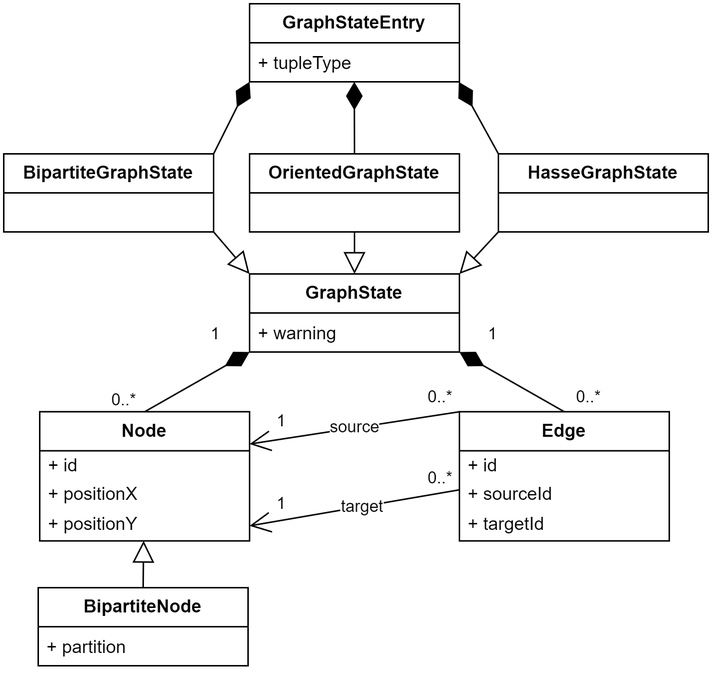
The draw.io diagram source/images/graph-diagram.png in marcsek/bachelor_thesis, before a commit. Source tidied: cells renumbered, new cells last; positions are measured from the earlier drawing's top-left corner, leaving out a move shared by most shapes.
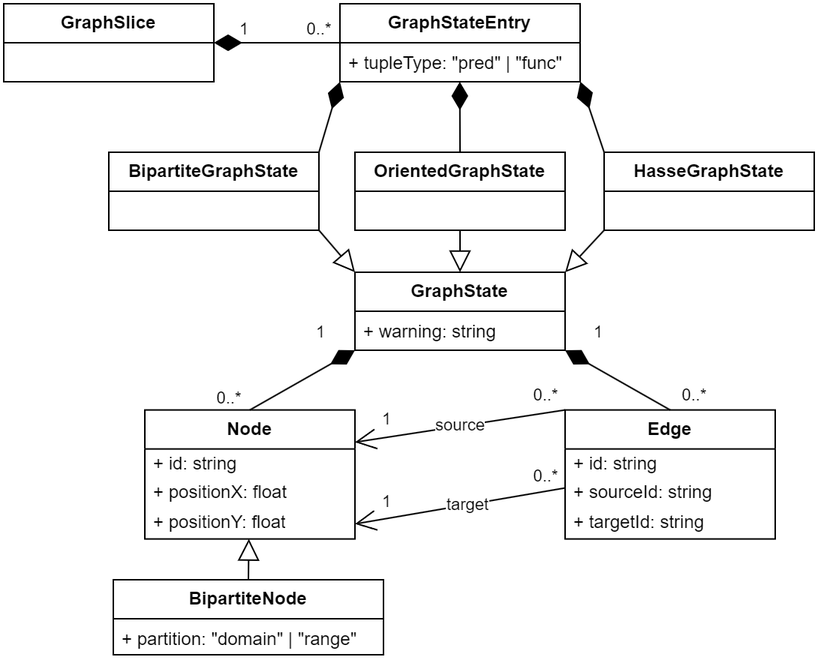
After the commit.

Change to the diagram source:
```diff
@@ -3,46 +3,46 @@
     <mxCell id="0" />
     <mxCell id="1" parent="0" />
     <mxCell id="2" value="&lt;b&gt;GraphStateEntry&lt;/b&gt;" style="swimlane;fontStyle=0;horizontal=1;startSize=26;fillColor=none;whiteSpace=wrap;html=1;" parent="1" vertex="1">
-      <mxGeometry x="164" width="140" height="52" as="geometry" />
+      <mxGeometry x="154" y="1" width="160" height="52" as="geometry" />
     </mxCell>
-    <mxCell id="3" value="+ tupleType" style="text;strokeColor=none;fillColor=none;align=left;verticalAlign=top;spacingLeft=4;spacingRight=4;overflow=hidden;points=[[0,0.5],[1,0.5]];portConstraint=eastwest;whiteSpace=wrap;html=1;" parent="2" vertex="1">
-      <mxGeometry y="26" width="140" height="26" as="geometry" />
+    <mxCell id="3" value="+ tupleType: &quot;pred&quot; | &quot;func&quot;" style="text;strokeColor=none;fillColor=none;align=left;verticalAlign=top;spacingLeft=4;spacingRight=4;overflow=hidden;points=[[0,0.5],[1,0.5]];portConstraint=eastwest;whiteSpace=wrap;html=1;" parent="2" vertex="1">
+      <mxGeometry y="26" width="160" height="26" as="geometry" />
     </mxCell>
     <mxCell id="4" value="&lt;b&gt;GraphState&lt;/b&gt;" style="swimlane;fontStyle=0;horizontal=1;startSize=26;fillColor=none;whiteSpace=wrap;html=1;" parent="1" vertex="1">
       <mxGeometry x="164" y="180" width="140" height="52" as="geometry" />
     </mxCell>
-    <mxCell id="5" value="+ warning" style="text;strokeColor=none;fillColor=none;align=left;verticalAlign=top;spacingLeft=4;spacingRight=4;overflow=hidden;whiteSpace=wrap;html=1;" parent="4" vertex="1">
+    <mxCell id="5" value="+ warning: string" style="text;strokeColor=none;fillColor=none;align=left;verticalAlign=top;spacingLeft=4;spacingRight=4;overflow=hidden;whiteSpace=wrap;html=1;" parent="4" vertex="1">
       <mxGeometry y="26" width="140" height="26" as="geometry" />
     </mxCell>
     <mxCell id="6" value="&lt;b&gt;Node&lt;/b&gt;" style="swimlane;fontStyle=0;horizontal=1;startSize=26;fillColor=none;whiteSpace=wrap;html=1;" parent="1" vertex="1">
       <mxGeometry x="24" y="271.8" width="140" height="86" as="geometry" />
     </mxCell>
-    <mxCell id="7" value="+ id" style="text;strokeColor=none;fillColor=none;align=left;verticalAlign=top;spacingLeft=4;spacingRight=4;overflow=hidden;whiteSpace=wrap;html=1;spacingTop=-4;" parent="6" vertex="1">
+    <mxCell id="7" value="+ id: string" style="text;strokeColor=none;fillColor=none;align=left;verticalAlign=top;spacingLeft=4;spacingRight=4;overflow=hidden;whiteSpace=wrap;html=1;spacingTop=-4;" parent="6" vertex="1">
       <mxGeometry y="26" width="140" height="20" as="geometry" />
     </mxCell>
-    <mxCell id="8" value="+ positionX" style="text;strokeColor=none;fillColor=none;align=left;verticalAlign=top;spacingLeft=4;spacingRight=4;overflow=hidden;whiteSpace=wrap;html=1;spacingTop=-5;" parent="6" vertex="1">
+    <mxCell id="8" value="+ positionX: float" style="text;strokeColor=none;fillColor=none;align=left;verticalAlign=top;spacingLeft=4;spacingRight=4;overflow=hidden;whiteSpace=wrap;html=1;spacingTop=-5;" parent="6" vertex="1">
       <mxGeometry y="46" width="140" height="20" as="geometry" />
     </mxCell>
-    <mxCell id="9" value="+ positionY" style="text;strokeColor=none;fillColor=none;align=left;verticalAlign=top;spacingLeft=4;spacingRight=4;overflow=hidden;points=[[0,0.5],[1,0.5]];portConstraint=eastwest;whiteSpace=wrap;html=1;spacingTop=-5;" parent="6" vertex="1">
+    <mxCell id="9" value="+ positionY: float" style="text;strokeColor=none;fillColor=none;align=left;verticalAlign=top;spacingLeft=4;spacingRight=4;overflow=hidden;points=[[0,0.5],[1,0.5]];portConstraint=eastwest;whiteSpace=wrap;html=1;spacingTop=-5;" parent="6" vertex="1">
       <mxGeometry y="66" width="140" height="20" as="geometry" />
     </mxCell>
     <mxCell id="10" value="&lt;b&gt;Edge&lt;/b&gt;" style="swimlane;fontStyle=0;horizontal=1;startSize=26;fillColor=none;whiteSpace=wrap;html=1;" parent="1" vertex="1">
       <mxGeometry x="304" y="271.8" width="140" height="86" as="geometry" />
     </mxCell>
-    <mxCell id="11" value="+ id" style="text;strokeColor=none;fillColor=none;align=left;verticalAlign=top;spacingLeft=4;spacingRight=4;overflow=hidden;whiteSpace=wrap;html=1;spacingTop=-4;" parent="10" vertex="1">
+    <mxCell id="11" value="+ id: string" style="text;strokeColor=none;fillColor=none;align=left;verticalAlign=top;spacingLeft=4;spacingRight=4;overflow=hidden;whiteSpace=wrap;html=1;spacingTop=-4;" parent="10" vertex="1">
       <mxGeometry y="26" width="140" height="20" as="geometry" />
     </mxCell>
-    <mxCell id="12" value="+ sourceId" style="text;strokeColor=none;fillColor=none;align=left;verticalAlign=top;spacingLeft=4;spacingRight=4;overflow=hidden;whiteSpace=wrap;html=1;spacing=2;spacingTop=-5;" parent="10" vertex="1">
+    <mxCell id="12" value="+ sourceId: string" style="text;strokeColor=none;fillColor=none;align=left;verticalAlign=top;spacingLeft=4;spacingRight=4;overflow=hidden;whiteSpace=wrap;html=1;spacing=2;spacingTop=-5;" parent="10" vertex="1">
       <mxGeometry y="46" width="140" height="20" as="geometry" />
     </mxCell>
-    <mxCell id="13" value="+ targetId" style="text;strokeColor=none;fillColor=none;align=left;verticalAlign=top;spacingLeft=4;spacingRight=4;overflow=hidden;whiteSpace=wrap;html=1;spacingTop=-5;" parent="10" vertex="1">
+    <mxCell id="13" value="+ targetId: string" style="text;strokeColor=none;fillColor=none;align=left;verticalAlign=top;spacingLeft=4;spacingRight=4;overflow=hidden;whiteSpace=wrap;html=1;spacingTop=-5;" parent="10" vertex="1">
       <mxGeometry y="66" width="140" height="20" as="geometry" />
     </mxCell>
     <mxCell id="14" value="&lt;b&gt;BipartiteNode&lt;/b&gt;" style="swimlane;fontStyle=0;horizontal=1;startSize=26;fillColor=none;whiteSpace=wrap;html=1;" parent="1" vertex="1">
-      <mxGeometry x="23" y="389" width="140" height="52" as="geometry" />
+      <mxGeometry x="3" y="385" width="180" height="50" as="geometry" />
     </mxCell>
-    <mxCell id="15" value="+ partition" style="text;strokeColor=none;fillColor=none;align=left;verticalAlign=top;spacingLeft=4;spacingRight=4;overflow=hidden;whiteSpace=wrap;html=1;" parent="14" vertex="1">
-      <mxGeometry y="26" width="140" height="26" as="geometry" />
+    <mxCell id="15" value="+ partition: &quot;domain&quot; | &quot;range&quot;" style="text;strokeColor=none;fillColor=none;align=left;verticalAlign=top;spacingLeft=4;spacingRight=4;overflow=hidden;whiteSpace=wrap;html=1;" parent="14" vertex="1">
+      <mxGeometry y="26" width="180" height="24" as="geometry" />
     </mxCell>
     <mxCell id="16" style="endArrow=block;endSize=12;endFill=0;html=1;rounded=0;entryX=0.495;entryY=0.998;entryDx=0;entryDy=0;exitX=0.5;exitY=0;exitDx=0;exitDy=0;entryPerimeter=0;" parent="1" edge="1" source="14" target="9">
       <mxGeometry relative="1" as="geometry" />
@@ -73,7 +73,7 @@
     <mxCell id="24" value="&lt;b&gt;HasseGraphState&lt;/b&gt;" style="swimlane;fontStyle=0;horizontal=1;startSize=26;fillColor=none;whiteSpace=wrap;html=1;" parent="1" vertex="1">
       <mxGeometry x="330" y="100" width="140" height="52" as="geometry" />
     </mxCell>
-    <mxCell id="25" style="endArrow=diamondThin;endFill=1;endSize=16;html=1;rounded=0;exitX=0;exitY=0;exitDx=0;exitDy=0;entryX=0.997;entryY=1.003;entryDx=0;entryDy=0;entryPerimeter=0;" parent="1" edge="1" source="24" target="3">
+    <mxCell id="25" style="endArrow=diamondThin;endFill=1;endSize=16;html=1;rounded=0;exitX=0;exitY=0;exitDx=0;exitDy=0;entryX=1.001;entryY=0.999;entryDx=0;entryDy=0;entryPerimeter=0;" parent="1" edge="1" source="24" target="3">
       <mxGeometry relative="1" as="geometry" />
     </mxCell>
     <mxCell id="26" style="endArrow=block;endFill=0;endSize=12;html=1;rounded=0;exitX=1;exitY=1;exitDx=0;exitDy=0;entryX=0;entryY=0;entryDx=0;entryDy=0;" parent="1" edge="1" source="20" target="4">
@@ -136,5 +136,21 @@
         <mxPoint x="-3" y="-3" as="offset" />
       </mxGeometry>
     </mxCell>
+    <mxCell id="40" value="&lt;b&gt;GraphSlice&lt;/b&gt;" style="swimlane;fontStyle=0;horizontal=1;startSize=26;fillColor=none;whiteSpace=wrap;html=1;" parent="1" vertex="1">
+      <mxGeometry x="-70" y="1" width="140" height="52" as="geometry" />
+    </mxCell>
+    <mxCell id="41" style="endArrow=diamondThin;endFill=1;endSize=16;html=1;rounded=0;exitX=0;exitY=0.5;exitDx=0;exitDy=0;entryX=1;entryY=0.5;entryDx=0;entryDy=0;" parent="1" edge="1" source="2" target="40">
+      <mxGeometry relative="1" as="geometry" />
+    </mxCell>
+    <mxCell id="42" value="0..*" style="edgeLabel;html=1;align=center;verticalAlign=middle;" parent="1" vertex="1">
+      <mxGeometry x="120" y="80" as="geometry">
+        <mxPoint x="20" y="-62" as="offset" />
+      </mxGeometry>
+    </mxCell>
+    <mxCell id="43" value="1" style="edgeLabel;html=1;align=center;verticalAlign=middle;" parent="1" vertex="1">
+      <mxGeometry x="70" y="80" as="geometry">
+        <mxPoint x="20" y="-62" as="offset" />
+      </mxGeometry>
+    </mxCell>
   </root>
 </mxGraphModel>
```
